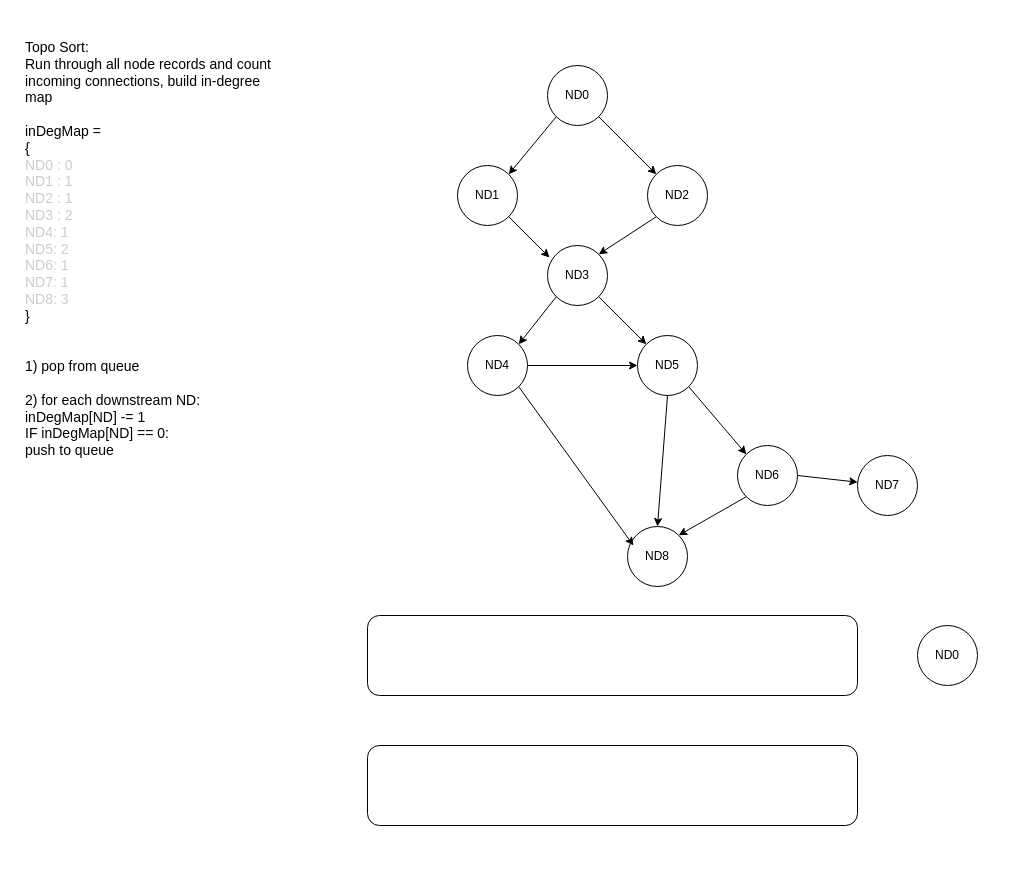
The draw.io diagram page "TopoSort" (5 of 5) of Resources/ATrainerTDD.drawio in RJ45toCerebrum/AnimTrainer, before the edit. Source tidied: cells renumbered, new cells numbered last; positions are measured from the earlier drawing's top-left corner, leaving out a move shared by most shapes. Both pictures are drawn from the tidied source at 100%, with x=0, y=0 at pixel (17, 25).
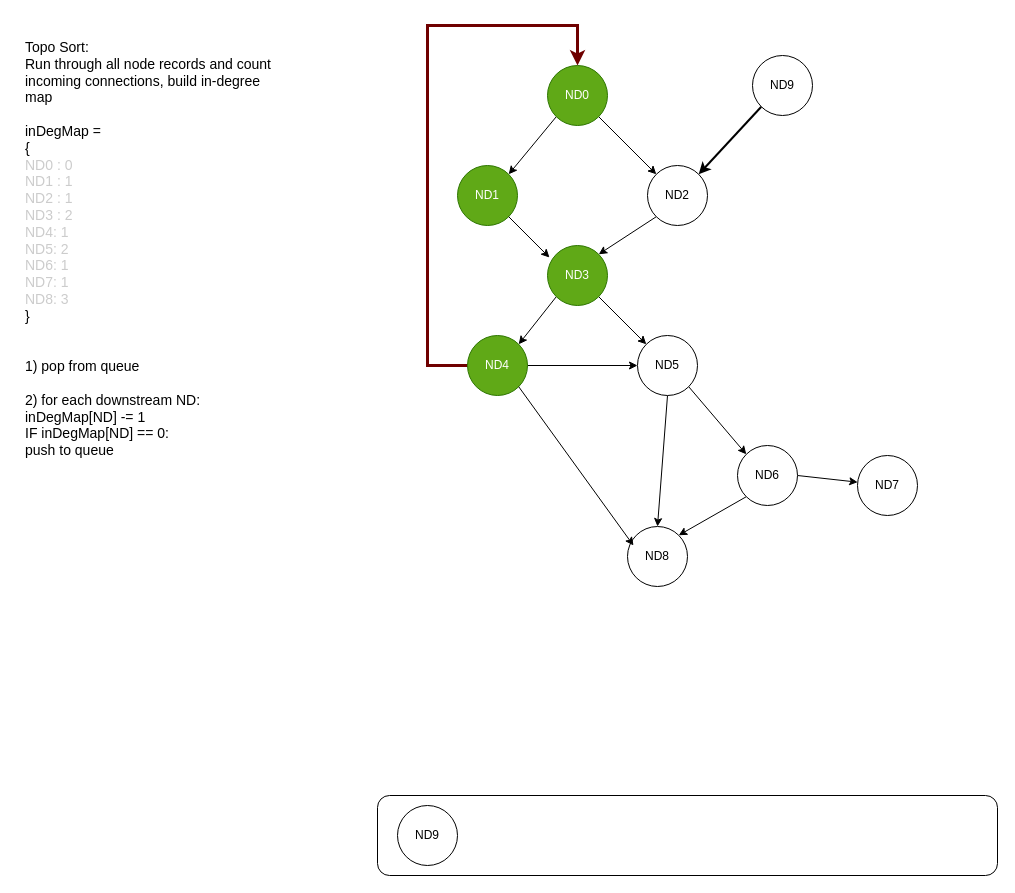
Above is the later version.

The change refers to these unchanged cells:
```xml
<mxCell id="8" value="ND2" style="ellipse;whiteSpace=wrap;html=1;" parent="1" vertex="1">
  <mxGeometry x="630" y="140" width="60" height="60" as="geometry" />
</mxCell>
```

Change to the diagram source:
```diff
@@
-    <mxCell id="5" value="ND0" style="ellipse;whiteSpace=wrap;html=1;" parent="1" vertex="1">
+    <mxCell id="5" value="ND0" style="ellipse;whiteSpace=wrap;html=1;fillColor=#60a917;fontColor=#ffffff;strokeColor=#2D7600;" parent="1" vertex="1">
       <mxGeometry x="530" y="40" width="60" height="60" as="geometry" />
     </mxCell>
-    <mxCell id="6" value="ND1" style="ellipse;whiteSpace=wrap;html=1;" parent="1" vertex="1">
+    <mxCell id="6" value="ND1" style="ellipse;whiteSpace=wrap;html=1;fillColor=#60a917;fontColor=#ffffff;strokeColor=#2D7600;" parent="1" vertex="1">
       <mxGeometry x="440" y="140" width="60" height="60" as="geometry" />
     </mxCell>
@@
-    <mxCell id="11" value="ND3" style="ellipse;whiteSpace=wrap;html=1;" parent="1" vertex="1">
+    <mxCell id="11" value="ND3" style="ellipse;whiteSpace=wrap;html=1;fillColor=#60a917;fontColor=#ffffff;strokeColor=#2D7600;" parent="1" vertex="1">
       <mxGeometry x="530" y="220" width="60" height="60" as="geometry" />
     </mxCell>
@@
+    <mxCell id="27" style="edgeStyle=orthogonalEdgeStyle;rounded=0;jettySize=auto;html=1;exitX=0;exitY=0.5;exitDx=0;exitDy=0;entryX=0.5;entryY=0;entryDx=0;entryDy=0;strokeWidth=3;fillColor=#a20025;strokeColor=#6F0000;" parent="1" edge="1" source="22" target="5">
+      <mxGeometry relative="1" as="geometry">
+        <Array as="points">
+          <mxPoint x="410" y="340" />
+          <mxPoint x="410" />
+          <mxPoint x="560" />
+        </Array>
+      </mxGeometry>
+    </mxCell>
-    <mxCell id="22" value="ND4" style="ellipse;whiteSpace=wrap;html=1;" parent="1" vertex="1">
+    <mxCell id="22" value="ND4" style="ellipse;whiteSpace=wrap;html=1;fillColor=#60a917;fontColor=#ffffff;strokeColor=#2D7600;" parent="1" vertex="1">
       <mxGeometry x="450" y="310" width="60" height="60" as="geometry" />
     </mxCell>
-    <mxCell id="23" style="rounded=1;whiteSpace=wrap;html=1;" parent="1" vertex="1">
-      <mxGeometry x="350" y="590" width="490" height="80" as="geometry" />
-    </mxCell>
@@
-    <mxCell id="25" value="ND0" style="ellipse;whiteSpace=wrap;html=1;" parent="1" vertex="1">
-      <mxGeometry x="900" y="600" width="60" height="60" as="geometry" />
-    </mxCell>
     <mxCell id="26" style="rounded=1;whiteSpace=wrap;html=1;" parent="1" vertex="1">
-      <mxGeometry x="350" y="720" width="490" height="80" as="geometry" />
+      <mxGeometry x="360" y="770" width="620" height="80" as="geometry" />
     </mxCell>
+    <mxCell id="28" style="rounded=0;jettySize=auto;html=1;exitX=0;exitY=1;exitDx=0;exitDy=0;entryX=1;entryY=0;entryDx=0;entryDy=0;strokeWidth=2;" parent="1" edge="1" source="29" target="8">
+      <mxGeometry relative="1" as="geometry" />
+    </mxCell>
+    <mxCell id="29" value="ND9" style="ellipse;whiteSpace=wrap;html=1;" parent="1" vertex="1">
+      <mxGeometry x="735" y="30" width="60" height="60" as="geometry" />
+    </mxCell>
+    <mxCell id="30" value="ND9" style="ellipse;whiteSpace=wrap;html=1;" parent="1" vertex="1">
+      <mxGeometry x="380" y="780" width="60" height="60" as="geometry" />
+    </mxCell>
```
